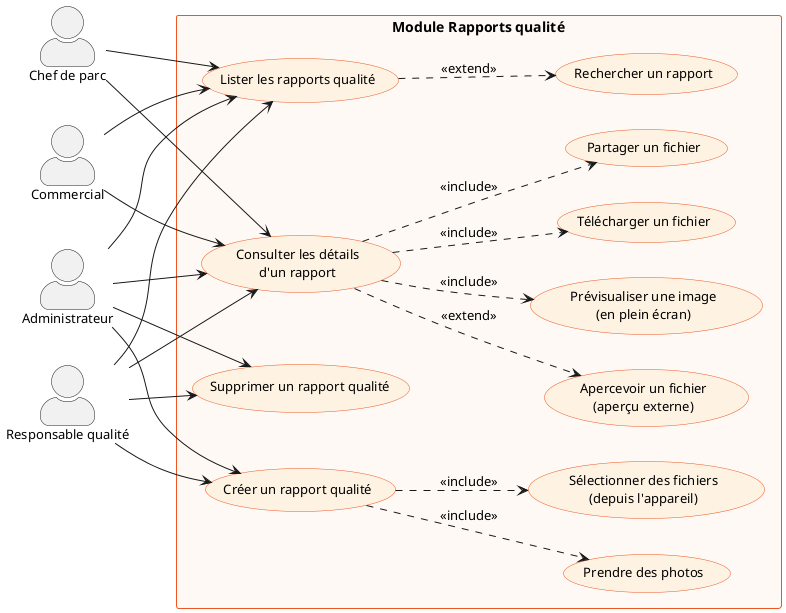
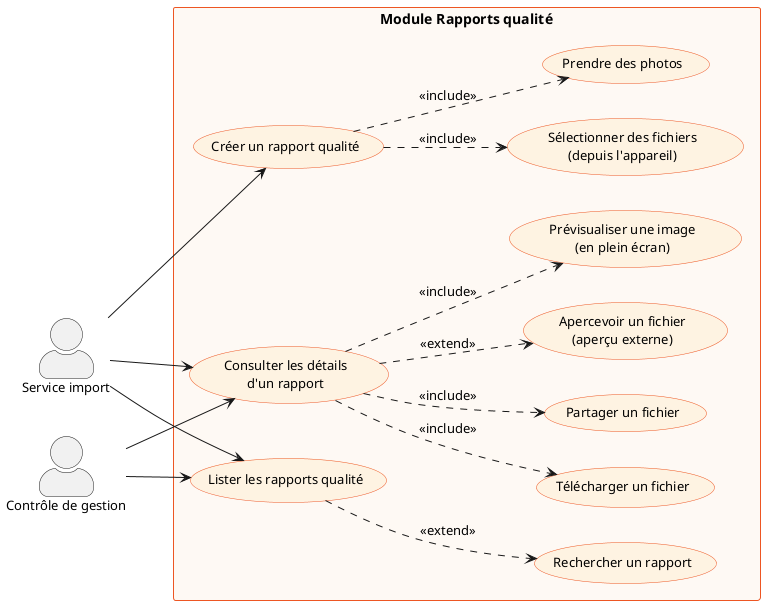
@startuml rapports-qualite-use-case
left to right direction
skinparam packageStyle rectangle
skinparam actorStyle awesome
skinparam usecaseBackgroundColor #FEF3E2
skinparam usecaseBorderColor #ED5623
skinparam usecaseFontSize 13
skinparam actorFontSize 13
skinparam packageBorderColor #ED5623
skinparam packageFontSize 14

- actor "Administrateur" as Admin
- actor "Chef de parc" as Parc
- actor "Responsable qualité" as RQ
- actor "Commercial" as Commercial
+ actor "Service import" as SImport
+ actor "Contrôle de gestion" as CGestion

rectangle "Module Rapports qualité" #FEF9F4 {
  usecase "Lister les rapports qualité" as UC1
  usecase "Consulter les détails\nd'un rapport" as UC2
  usecase "Créer un rapport qualité" as UC3
-   usecase "Supprimer un rapport qualité" as UC4

-   usecase "Rechercher un rapport" as UC5
-   usecase "Prendre des photos" as UC6
-   usecase "Sélectionner des fichiers\n(depuis l'appareil)" as UC7
-   usecase "Prévisualiser une image\n(en plein écran)" as UC8
-   usecase "Télécharger un fichier" as UC9
-   usecase "Partager un fichier" as UC10
-   usecase "Apercevoir un fichier\n(aperçu externe)" as UC11
+   usecase "Rechercher un rapport" as UC4
+   usecase "Prendre des photos" as UC5
+   usecase "Sélectionner des fichiers\n(depuis l'appareil)" as UC6
+   usecase "Prévisualiser une image\n(en plein écran)" as UC7
+   usecase "Télécharger un fichier" as UC8
+   usecase "Partager un fichier" as UC9
+   usecase "Apercevoir un fichier\n(aperçu externe)" as UC10
}

- Admin --> UC1
- Admin --> UC2
- Admin --> UC3
- Admin --> UC4
+ SImport --> UC1
+ SImport --> UC2
+ SImport --> UC3

- Parc --> UC1
- Parc --> UC2
+ CGestion --> UC1
+ CGestion --> UC2

- RQ --> UC1
- RQ --> UC2
- RQ --> UC3
- RQ --> UC4
- 
- Commercial --> UC1
- Commercial --> UC2
- 
- UC1 ..> UC5 : <<extend>>
+ UC1 ..> UC4 : <<extend>>
+ UC3 ..> UC5 : <<include>>
UC3 ..> UC6 : <<include>>
- UC3 ..> UC7 : <<include>>
+ UC2 ..> UC7 : <<include>>
UC2 ..> UC8 : <<include>>
UC2 ..> UC9 : <<include>>
- UC2 ..> UC10 : <<include>>
- UC2 ..> UC11 : <<extend>>
+ UC2 ..> UC10 : <<extend>>

@enduml